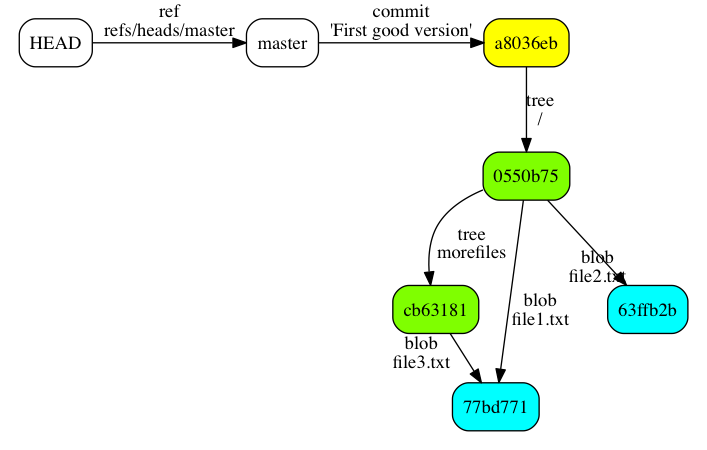
Earlier version of the Graphviz export src/images/dag01.png (jdigger/git-fundimentals-preso). Its source is kept beside it as src/viz/dag01.dot. Its diagram source:
```dot
digraph dag01 {
    pad=0.2;
    bgcolor=transparent;
    fontcolor=black;
    ratio=fill;
    rankdir=TB;
    node [shape=box, style="rounded,filled" fontsize="14"];
    edge [fontsize="14"];

    subgraph /* Refs */ {
        rank = same;
        node [fillcolor=white];
        HEAD;
        master;
    }
    subgraph /* Commits */ {
        node [fillcolor=yellow];
        "a8036eb";
    }
    subgraph /* Trees */ {
        node [fillcolor=chartreuse];
        "0550b75";
        "cb63181";
    }
    subgraph /* Blobs */ {
        node [fillcolor=cyan];
        "77bd771";
        "63ffb2b";
    }

    HEAD -> master [label=<ref<BR/>refs/heads/master>]
    master -> "a8036eb" [label=<commit<BR/>'First good version'> constraint=false];
    "a8036eb" -> "0550b75" [label=<tree<BR/>/>];
    "0550b75" -> "cb63181" [label=<tree<BR/>morefiles>];
    "0550b75" -> "77bd771" [label=<blob<BR/>file1.txt>];
    "cb63181" -> "77bd771" [taillabel=<blob<BR/>file3.txt>];
    "0550b75" -> "63ffb2b" [headlabel=<blob<BR/>file2.txt>];
}
```
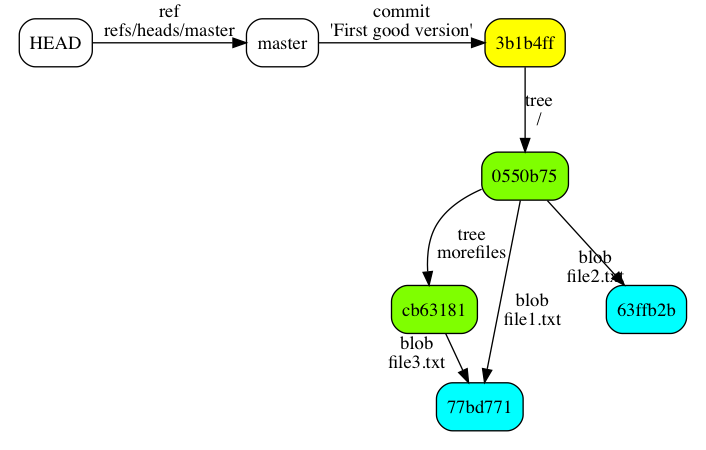
Above is the later version.

Change to the diagram source:
```diff
@@ -15,7 +15,7 @@
     }
     subgraph /* Commits */ {
         node [fillcolor=yellow];
-        "a8036eb";
+        "3b1b4ff";
     }
     subgraph /* Trees */ {
         node [fillcolor=chartreuse];
@@ -29,8 +29,8 @@
     }
 
     HEAD -> master [label=<ref<BR/>refs/heads/master>]
-    master -> "a8036eb" [label=<commit<BR/>'First good version'> constraint=false];
-    "a8036eb" -> "0550b75" [label=<tree<BR/>/>];
+    master -> "3b1b4ff" [label=<commit<BR/>'First good version'> constraint=false];
+    "3b1b4ff" -> "0550b75" [label=<tree<BR/>/>];
     "0550b75" -> "cb63181" [label=<tree<BR/>morefiles>];
     "0550b75" -> "77bd771" [label=<blob<BR/>file1.txt>];
     "cb63181" -> "77bd771" [taillabel=<blob<BR/>file3.txt>];
```
